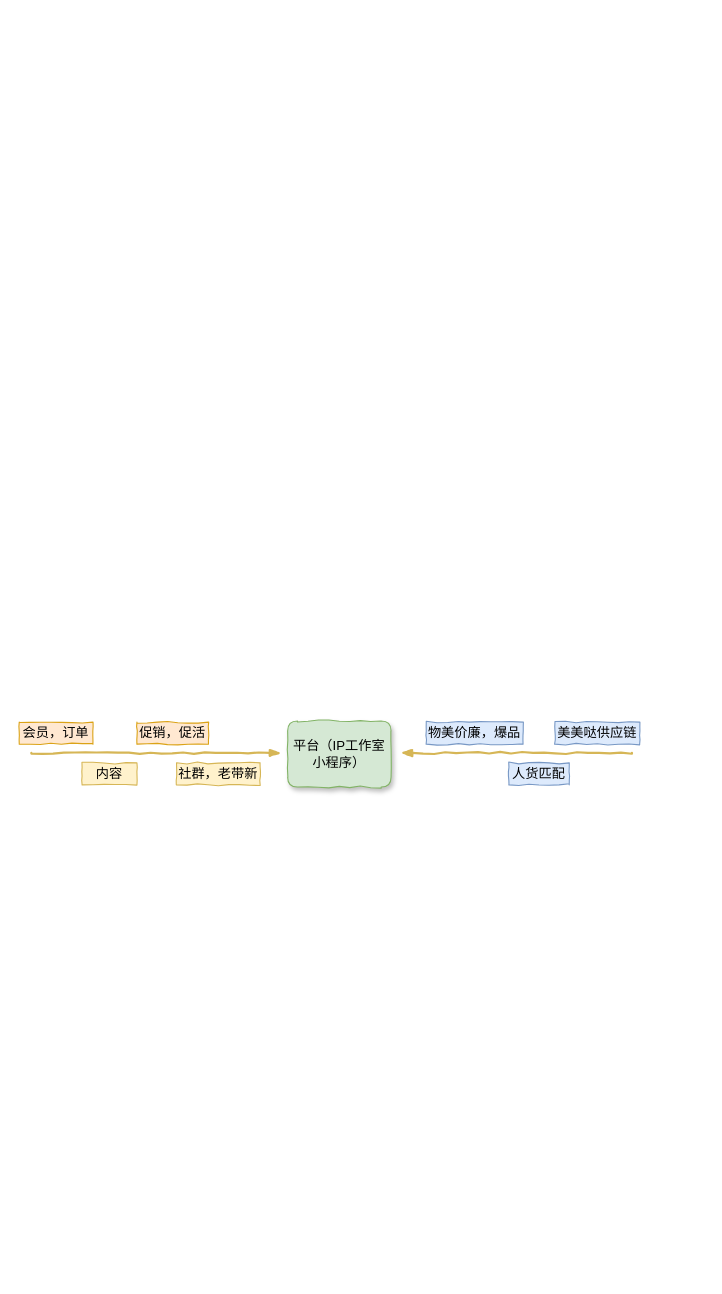
Earlier version of the draw.io diagram 洋葱会员平台构建.drawio (chenyz/EGOTableViewPullRefresh). Source tidied: cells renumbered, new cells numbered last; positions are measured from the earlier drawing's top-left corner, leaving out a move shared by most shapes. Both pictures are drawn from the tidied source at 110%, with x=0, y=0 at pixel (19, 721).
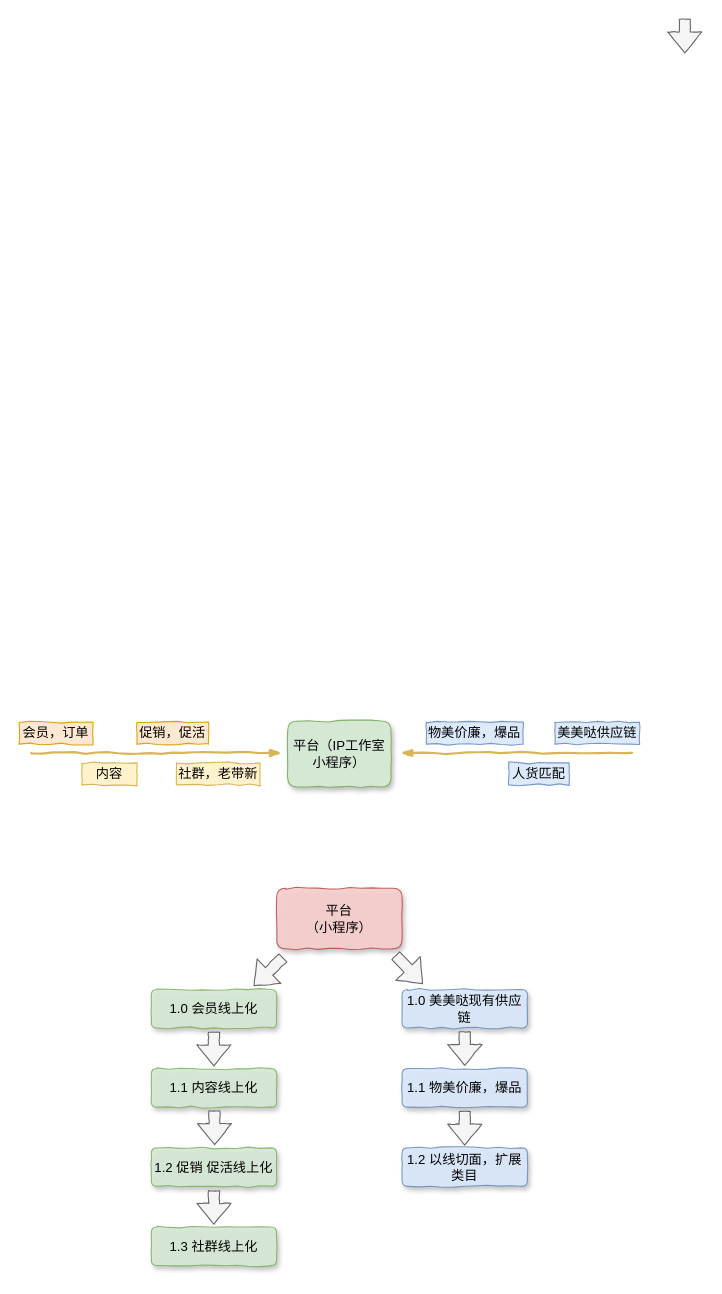
The same page after the edit.

Commit message (it also covers changes not shown here):
更新洋葱会员平台构建.drawio

What changed in the source:
```diff
@@
+    <mxCell id="12" value="平台&lt;br&gt;（小程序）" style="rounded=1;whiteSpace=wrap;html=1;shadow=1;comic=1;fillColor=#f8cecc;strokeColor=#b85450;opacity=90;" parent="1" vertex="1">
+      <mxGeometry x="234" y="152" width="114" height="55" as="geometry" />
+    </mxCell>
+    <mxCell id="13" value="1.0 会员线上化" style="rounded=1;whiteSpace=wrap;html=1;shadow=1;comic=1;fillColor=#d5e8d4;strokeColor=#82b366;opacity=90;" parent="1" vertex="1">
+      <mxGeometry x="120" y="244" width="114" height="35" as="geometry" />
+    </mxCell>
+    <mxCell id="14" value="1.0 美美哒现有供应链" style="rounded=1;whiteSpace=wrap;html=1;shadow=1;comic=1;fillColor=#dae8fc;strokeColor=#6c8ebf;opacity=90;" parent="1" vertex="1">
+      <mxGeometry x="348" y="244" width="114" height="35" as="geometry" />
+    </mxCell>
+    <mxCell id="15" style="shape=flexArrow;endArrow=classic;html=1;fillColor=#f5f5f5;strokeColor=#666666;comic=1;" parent="1" edge="1">
+      <mxGeometry relative="1" as="geometry">
+        <mxPoint x="342" y="213" as="sourcePoint" />
+        <mxPoint x="367" y="239" as="targetPoint" />
+      </mxGeometry>
+    </mxCell>
+    <mxCell id="16" style="shape=flexArrow;endArrow=classic;html=1;fillColor=#f5f5f5;strokeColor=#666666;comic=1;" parent="1" edge="1">
+      <mxGeometry relative="1" as="geometry">
+        <mxPoint x="240" y="215" as="sourcePoint" />
+        <mxPoint x="213" y="241" as="targetPoint" />
+      </mxGeometry>
+    </mxCell>
+    <mxCell id="17" value="1.1 内容线上化" style="rounded=1;whiteSpace=wrap;html=1;shadow=1;comic=1;fillColor=#d5e8d4;strokeColor=#82b366;opacity=90;" parent="1" vertex="1">
+      <mxGeometry x="120" y="316" width="114" height="35" as="geometry" />
+    </mxCell>
+    <mxCell id="18" value="1.1 物美价廉，爆品" style="rounded=1;whiteSpace=wrap;html=1;shadow=1;comic=1;fillColor=#dae8fc;strokeColor=#6c8ebf;opacity=90;" parent="1" vertex="1">
+      <mxGeometry x="348" y="316" width="114" height="35" as="geometry" />
+    </mxCell>
+    <mxCell id="19" value="1.2 促销 促活线上化" style="rounded=1;whiteSpace=wrap;html=1;shadow=1;comic=1;fillColor=#d5e8d4;strokeColor=#82b366;opacity=90;" parent="1" vertex="1">
+      <mxGeometry x="120" y="388" width="114" height="35" as="geometry" />
+    </mxCell>
+    <mxCell id="20" value="1.2 以线切面，扩展类目" style="rounded=1;whiteSpace=wrap;html=1;shadow=1;comic=1;fillColor=#dae8fc;strokeColor=#6c8ebf;opacity=90;" parent="1" vertex="1">
+      <mxGeometry x="348" y="388" width="114" height="35" as="geometry" />
+    </mxCell>
+    <mxCell id="21" value="1.3 社群线上化" style="rounded=1;whiteSpace=wrap;html=1;shadow=1;comic=1;fillColor=#d5e8d4;strokeColor=#82b366;opacity=90;" parent="1" vertex="1">
+      <mxGeometry x="120" y="460" width="114" height="35" as="geometry" />
+    </mxCell>
+    <mxCell id="22" style="shape=flexArrow;endArrow=classic;html=1;fillColor=#f5f5f5;strokeColor=#666666;comic=1;" parent="1" edge="1">
+      <mxGeometry relative="1" as="geometry">
+        <mxPoint x="177" y="282.5" as="sourcePoint" />
+        <mxPoint x="177" y="314" as="targetPoint" />
+      </mxGeometry>
+    </mxCell>
+    <mxCell id="23" style="shape=flexArrow;endArrow=classic;html=1;fillColor=#f5f5f5;strokeColor=#666666;comic=1;" parent="1" edge="1">
+      <mxGeometry relative="1" as="geometry">
+        <mxPoint x="177.5" y="354" as="sourcePoint" />
+        <mxPoint x="177.5" y="385.5" as="targetPoint" />
+      </mxGeometry>
+    </mxCell>
+    <mxCell id="24" style="shape=flexArrow;endArrow=classic;html=1;fillColor=#f5f5f5;strokeColor=#666666;comic=1;" parent="1" edge="1">
+      <mxGeometry relative="1" as="geometry">
+        <mxPoint x="177" y="426.5" as="sourcePoint" />
+        <mxPoint x="177" y="458" as="targetPoint" />
+      </mxGeometry>
+    </mxCell>
+    <mxCell id="25" style="shape=flexArrow;endArrow=classic;html=1;fillColor=#f5f5f5;strokeColor=#666666;comic=1;" parent="1" edge="1">
+      <mxGeometry relative="1" as="geometry">
+        <mxPoint x="605" y="-638.5" as="sourcePoint" />
+        <mxPoint x="605" y="-607" as="targetPoint" />
+      </mxGeometry>
+    </mxCell>
+    <mxCell id="26" style="shape=flexArrow;endArrow=classic;html=1;fillColor=#f5f5f5;strokeColor=#666666;comic=1;" parent="1" edge="1">
+      <mxGeometry relative="1" as="geometry">
+        <mxPoint x="405" y="282" as="sourcePoint" />
+        <mxPoint x="405" y="313.5" as="targetPoint" />
+      </mxGeometry>
+    </mxCell>
+    <mxCell id="27" style="shape=flexArrow;endArrow=classic;html=1;fillColor=#f5f5f5;strokeColor=#666666;comic=1;" parent="1" edge="1">
+      <mxGeometry relative="1" as="geometry">
+        <mxPoint x="405" y="354.5" as="sourcePoint" />
+        <mxPoint x="405" y="386" as="targetPoint" />
+      </mxGeometry>
+    </mxCell>
```
